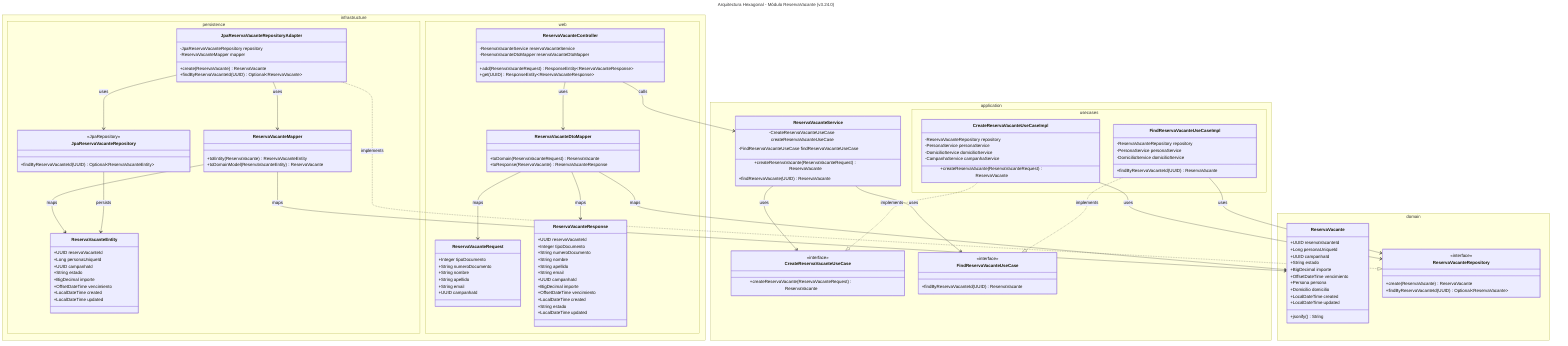
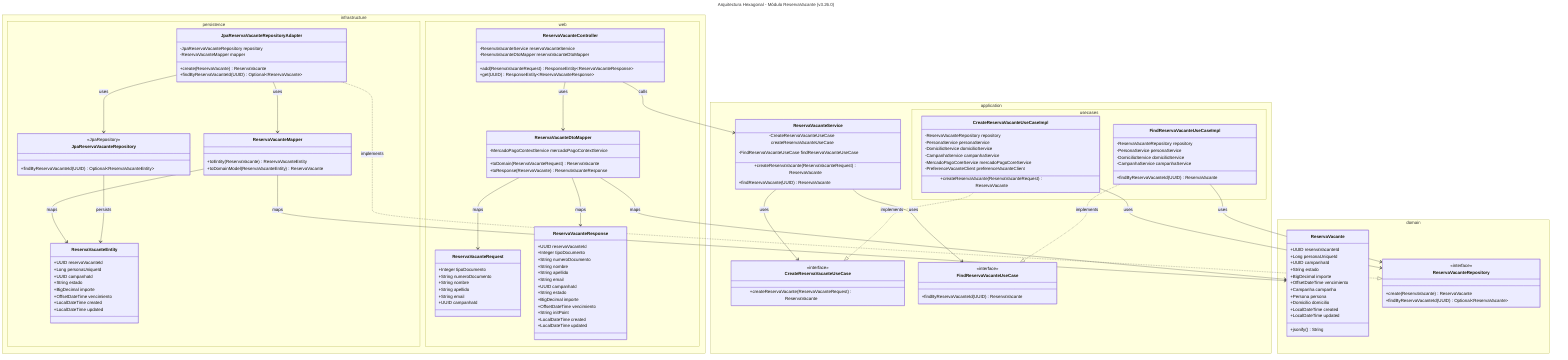
---
- title: Arquitectura Hexagonal - Módulo ReservaVacante (v3.24.0)
+ title: Arquitectura Hexagonal - Módulo ReservaVacante (v3.26.0)
---

classDiagram
    direction TB

    namespace domain {
        class ReservaVacante {
            +UUID reservaVacanteId
            +Long personaUniqueId
            +UUID campanhaId
            +String estado
            +BigDecimal importe
            +OffsetDateTime vencimiento
+             +Campanha campanha
            +Persona persona
            +Domicilio domicilio
            +LocalDateTime created
            +LocalDateTime updated
            +jsonify() String
        }

        class ReservaVacanteRepository {
            <<interface>>
            +create(ReservaVacante) ReservaVacante
            +findByReservaVacanteId(UUID) Optional~ReservaVacante~
        }
    }

    namespace application {
        class ReservaVacanteService {
            -CreateReservaVacanteUseCase createReservaVacanteUseCase
            -FindReservaVacanteUseCase findReservaVacanteUseCase
            +createReservaVacante(ReservaVacanteRequest) ReservaVacante
            +findReservaVacante(UUID) ReservaVacante
        }

        namespace usecases {
            class CreateReservaVacanteUseCaseImpl {
                -ReservaVacanteRepository repository
                -PersonaService personaService
                -DomicilioService domicilioService
                -CampanhaService campanhaService
+                 -MercadoPagoCoreService mercadoPagoCoreService
+                 -PreferenceVacanteClient preferenceVacanteClient
                +createReservaVacante(ReservaVacanteRequest) ReservaVacante
            }
            class FindReservaVacanteUseCaseImpl {
                -ReservaVacanteRepository repository
                -PersonaService personaService
                -DomicilioService domicilioService
+                 -CampanhaService campanhaService
                +findByReservaVacanteId(UUID) ReservaVacante
            }
        }

        class CreateReservaVacanteUseCase {
            <<interface>>
            +createReservaVacante(ReservaVacanteRequest) ReservaVacante
        }
        class FindReservaVacanteUseCase {
            <<interface>>
            +findByReservaVacanteId(UUID) ReservaVacante
        }
    }

    namespace infrastructure {
        namespace persistence {
            class ReservaVacanteEntity {
                +UUID reservaVacanteId
                +Long personaUniqueId
                +UUID campanhaId
                +String estado
                +BigDecimal importe
                +OffsetDateTime vencimiento
                +LocalDateTime created
                +LocalDateTime updated
            }

            class JpaReservaVacanteRepository {
                <<JpaRepository>>
                +findByReservaVacanteId(UUID) Optional~ReservaVacanteEntity~
            }

            class JpaReservaVacanteRepositoryAdapter {
                -JpaReservaVacanteRepository repository
                -ReservaVacanteMapper mapper
                +create(ReservaVacante) ReservaVacante
                +findByReservaVacanteId(UUID) Optional~ReservaVacante~
            }

            class ReservaVacanteMapper {
                +toEntity(ReservaVacante) ReservaVacanteEntity
                +toDomainModel(ReservaVacanteEntity) ReservaVacante
            }
        }

        namespace web {
            class ReservaVacanteController {
                -ReservaVacanteService reservaVacanteService
                -ReservaVacanteDtoMapper reservaVacanteDtoMapper
                +add(ReservaVacanteRequest) ResponseEntity~ReservaVacanteResponse~
                +get(UUID) ResponseEntity~ReservaVacanteResponse~
            }

            class ReservaVacanteRequest {
                +Integer tipoDocumento
                +String numeroDocumento
                +String nombre
                +String apellido
                +String email
                +UUID campanhaId
            }

            class ReservaVacanteResponse {
                +UUID reservaVacanteId
                +Integer tipoDocumento
                +String numeroDocumento
                +String nombre
                +String apellido
                +String email
                +UUID campanhaId
+                 +String estado
                +BigDecimal importe
                +OffsetDateTime vencimiento
+                 +String initPoint
                +LocalDateTime created
-                 +String estado
                +LocalDateTime updated
            }

            class ReservaVacanteDtoMapper {
+                 -MercadoPagoContextService mercadoPagoContextService
                +toDomain(ReservaVacanteRequest) ReservaVacante
                +toResponse(ReservaVacante) ReservaVacanteResponse
            }
        }
    }

    ReservaVacanteService --> CreateReservaVacanteUseCase : uses
    ReservaVacanteService --> FindReservaVacanteUseCase : uses

    CreateReservaVacanteUseCaseImpl ..|> CreateReservaVacanteUseCase : implements
    FindReservaVacanteUseCaseImpl ..|> FindReservaVacanteUseCase : implements

    CreateReservaVacanteUseCaseImpl --> ReservaVacanteRepository : uses
    FindReservaVacanteUseCaseImpl --> ReservaVacanteRepository : uses

    JpaReservaVacanteRepositoryAdapter ..|> ReservaVacanteRepository : implements
    JpaReservaVacanteRepositoryAdapter --> JpaReservaVacanteRepository : uses
    JpaReservaVacanteRepositoryAdapter --> ReservaVacanteMapper : uses

    ReservaVacanteMapper --> ReservaVacante : maps
    ReservaVacanteMapper --> ReservaVacanteEntity : maps
    JpaReservaVacanteRepository --> ReservaVacanteEntity : persists

    ReservaVacanteController --> ReservaVacanteService : calls
    ReservaVacanteController --> ReservaVacanteDtoMapper : uses
    ReservaVacanteDtoMapper --> ReservaVacante : maps
    ReservaVacanteDtoMapper --> ReservaVacanteRequest : maps
    ReservaVacanteDtoMapper --> ReservaVacanteResponse : maps
